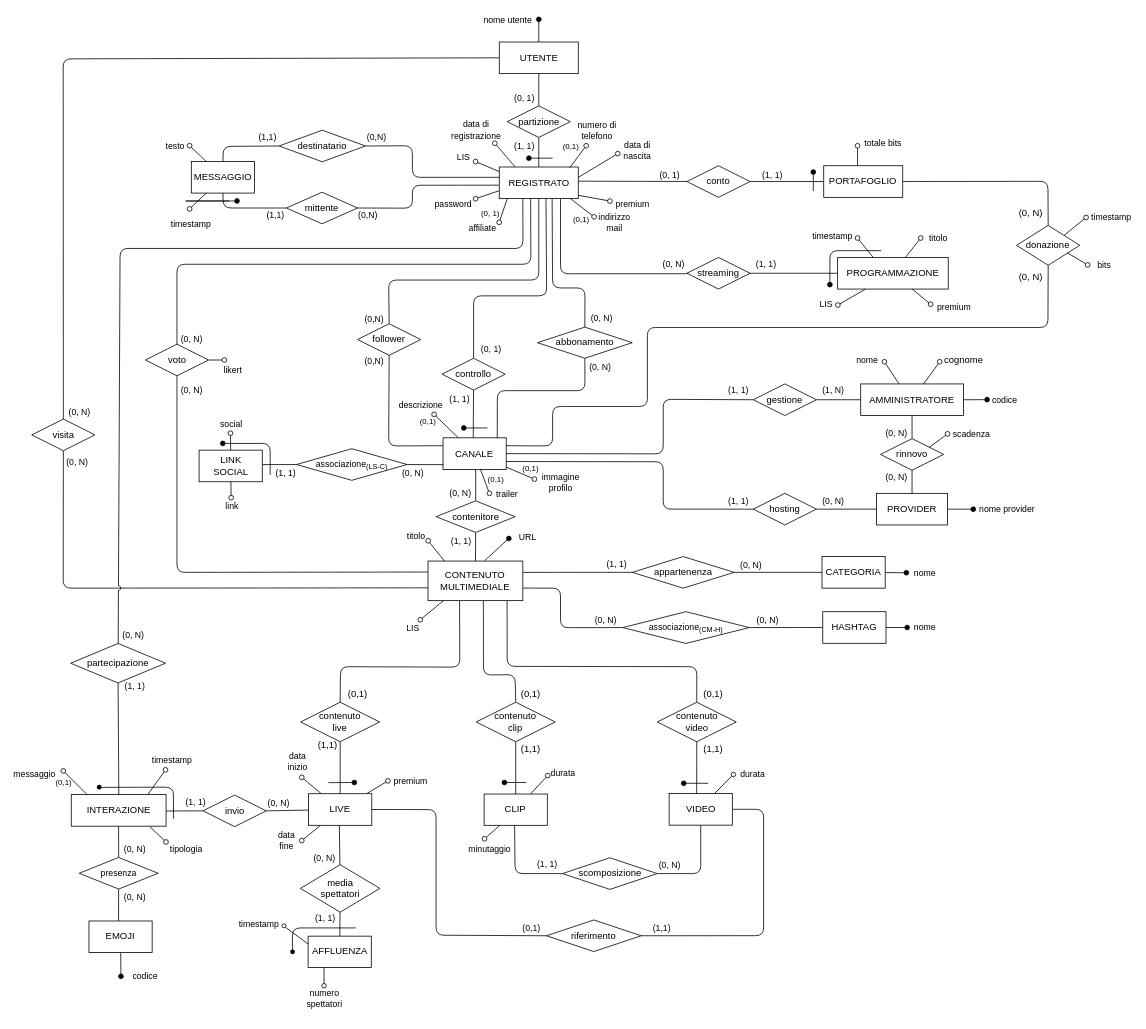
Mattron2000/Basi_di_dati keeps this draw.io diagram as Progetto Esame - DBSperimentazioni A.A. 2023-2024/Diagrammi/2.4 Schema E-R ristrutturato.drawio. Above is the earlier version. Source tidied: cells renumbered, new cells numbered last; positions are measured from the earlier drawing's top-left corner, leaving out a move shared by most shapes. Both pictures are drawn from the tidied source at 79%, with x=0, y=0 at pixel (32, 19).
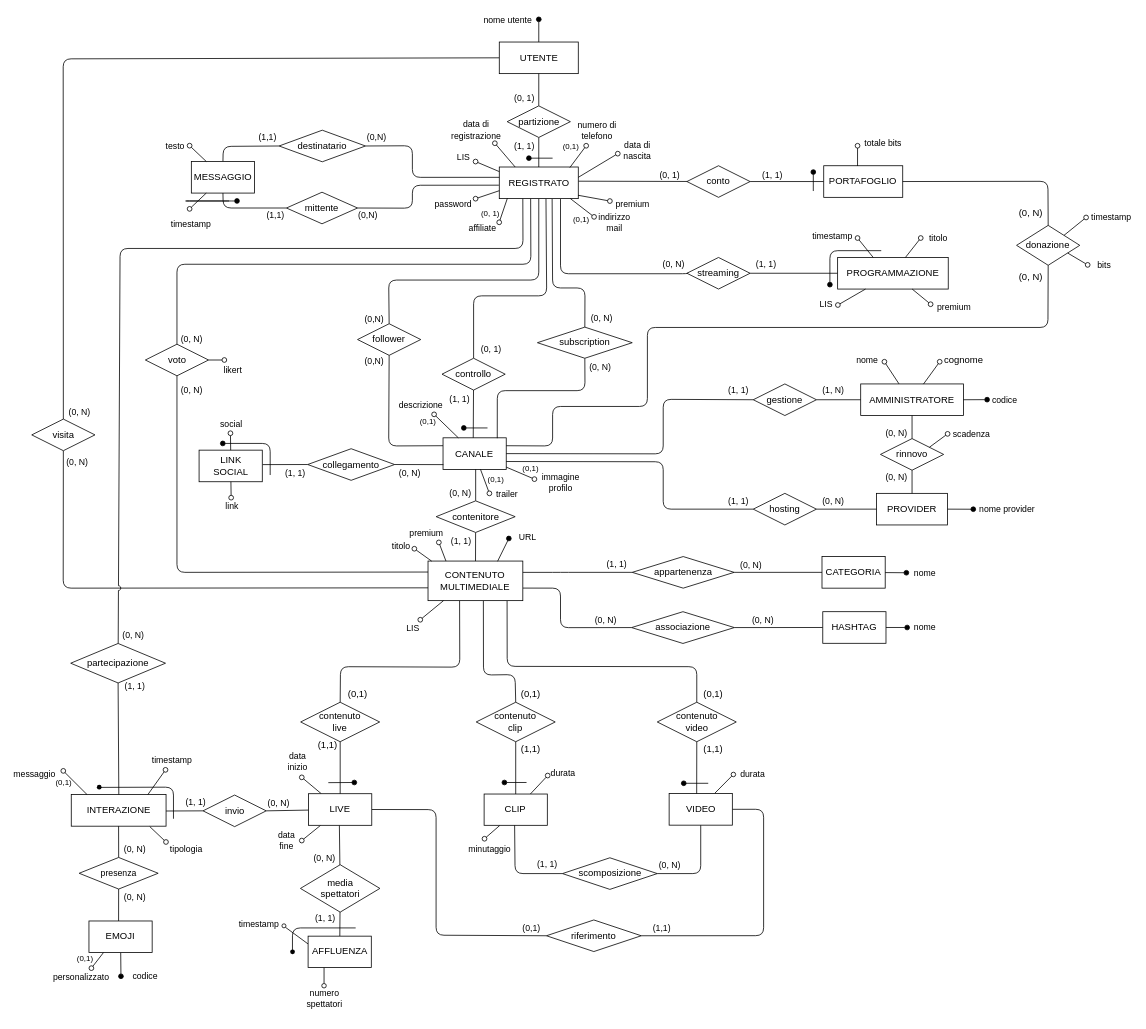
Above is the later version.

The change refers to these unchanged cells:
```xml
<mxCell id="46" style="edgeStyle=none;shape=connector;rounded=1;fillStyle=auto;html=1;labelBackgroundColor=default;strokeColor=default;strokeWidth=1;fontFamily=Helvetica;fontSize=11;fontColor=default;endArrow=none;endFill=0;startSize=6;endSize=6;fillColor=#000000;exitX=0;exitY=0.5;exitDx=0;exitDy=0;" parent="1" edge="1" source="49">
  <mxGeometry relative="1" as="geometry">
    <mxPoint x="291.8" y="563.6" as="targetPoint" />
  </mxGeometry>
</mxCell>
<mxCell id="144" value="LIVE" style="whiteSpace=wrap;html=1;" parent="1" vertex="1">
  <mxGeometry x="350.1" y="980.2" width="80" height="40" as="geometry" />
</mxCell>
<mxCell id="212" value="CONTENUTO&lt;br&gt;MULTIMEDIALE" style="rounded=0;whiteSpace=wrap;html=1;" parent="1" vertex="1">
  <mxGeometry x="501.3" y="685.7" width="120" height="50.1" as="geometry" />
</mxCell>
<mxCell id="219" value="&lt;font style=&quot;font-size: 11px;&quot;&gt;URL&lt;/font&gt;" style="text;html=1;align=center;verticalAlign=middle;points=[];strokeColor=none;fillColor=none;" parent="1" vertex="1">
  <mxGeometry x="602.4" y="640" width="50" height="30" as="geometry" />
</mxCell>
```

Change to the diagram source:
```diff
@@
-    <mxCell id="23" value="abbonamento" style="rhombus;whiteSpace=wrap;html=1;" parent="1" vertex="1">
+    <mxCell id="23" value="subscription" style="rhombus;whiteSpace=wrap;html=1;" parent="1" vertex="1">
       <mxGeometry x="639.8" y="389.6" width="120" height="39.4" as="geometry" />
     </mxCell>
@@
     <mxCell id="45" value="(0, N)" style="edgeLabel;html=1;align=center;verticalAlign=middle;fontSize=11;fontFamily=Helvetica;fontColor=default;" parent="1" vertex="1">
-      <mxGeometry x="481.5" y="573.7" as="geometry" />
+      <mxGeometry x="477" y="573.7" as="geometry" />
     </mxCell>
@@
     <mxCell id="47" value="(1, 1)" style="edgeLabel;html=1;align=center;verticalAlign=middle;fontSize=11;fontFamily=Helvetica;fontColor=default;" parent="46" vertex="1">
       <mxGeometry x="0.43" y="1" relative="1" as="geometry">
-        <mxPoint x="17" y="9" as="offset" />
+        <mxPoint x="24" y="9" as="offset" />
       </mxGeometry>
     </mxCell>
@@
-    <mxCell id="49" value="&lt;font style=&quot;font-size: 11px;&quot;&gt;associazione&lt;sub style=&quot;&quot;&gt;(LS-C)&lt;/sub&gt;&lt;/font&gt;" style="rhombus;whiteSpace=wrap;html=1;" parent="1" vertex="1">
-      <mxGeometry x="334.8" y="543.5" width="140" height="40" as="geometry" />
+    <mxCell id="49" value="&lt;font style=&quot;font-size: 12px;&quot;&gt;collegamento&lt;/font&gt;" style="rhombus;whiteSpace=wrap;html=1;" parent="1" vertex="1">
+      <mxGeometry x="349" y="543.5" width="110" height="40" as="geometry" />
     </mxCell>
@@
-    <mxCell id="59" style="endArrow=oval;html=1;fillStyle=auto;strokeWidth=1;startSize=6;endSize=6;fillColor=#000000;startArrow=none;startFill=0;endFill=0;exitX=0.173;exitY=0.001;exitDx=0;exitDy=0;exitPerimeter=0;" parent="1" edge="1" source="212">
-      <mxGeometry relative="1" as="geometry">
-        <mxPoint x="501.5" y="660" as="targetPoint" />
-      </mxGeometry>
-    </mxCell>
-    <mxCell id="60" value="titolo" style="edgeLabel;html=1;align=center;verticalAlign=middle;" parent="59" vertex="1">
-      <mxGeometry x="0.48" y="1" relative="1" as="geometry">
-        <mxPoint x="-21" y="-14" as="offset" />
-      </mxGeometry>
-    </mxCell>
@@
-    <mxCell id="130" style="edgeStyle=none;shape=connector;rounded=1;fillStyle=auto;html=1;labelBackgroundColor=default;strokeColor=default;strokeWidth=1;fontFamily=Helvetica;fontSize=11;fontColor=default;endArrow=none;endFill=0;startSize=6;endSize=6;fillColor=#000000;startArrow=oval;startFill=0;fontStyle=0;" parent="1" edge="1" target="144">
-      <mxGeometry relative="1" as="geometry">
-        <mxPoint x="450.5" y="964" as="sourcePoint" />
-      </mxGeometry>
-    </mxCell>
-    <mxCell id="131" value="premium" style="edgeLabel;html=1;align=center;verticalAlign=middle;fontSize=11;fontFamily=Helvetica;fontColor=default;" parent="130" vertex="1">
-      <mxGeometry x="-0.26" y="1" relative="1" as="geometry">
-        <mxPoint x="38" y="-8" as="offset" />
-      </mxGeometry>
-    </mxCell>
@@
-    <mxCell id="208" value="&lt;font style=&quot;font-size: 11px;&quot;&gt;associazione&lt;sub style=&quot;&quot;&gt;(CM-H)&lt;/sub&gt;&lt;/font&gt;" style="rhombus;whiteSpace=wrap;html=1;strokeColor=#000000;strokeWidth=1;" parent="1" vertex="1">
-      <mxGeometry x="747.8" y="749.8" width="160" height="40.2" as="geometry" />
+    <mxCell id="208" value="&lt;font style=&quot;font-size: 12px;&quot;&gt;associazione&lt;/font&gt;" style="rhombus;whiteSpace=wrap;html=1;strokeColor=#000000;strokeWidth=1;" parent="1" vertex="1">
+      <mxGeometry x="759" y="749.8" width="130" height="40.2" as="geometry" />
     </mxCell>
@@
-    <mxCell id="218" style="endArrow=oval;html=1;fillStyle=auto;strokeWidth=1;startSize=6;endSize=6;fillColor=#000000;startArrow=none;startFill=0;endFill=1;exitX=0.595;exitY=-0.005;exitDx=0;exitDy=0;entryX=0.024;entryY=0.571;entryDx=0;entryDy=0;entryPerimeter=0;exitPerimeter=0;" parent="1" edge="1" source="212" target="219">
+    <mxCell id="218" style="endArrow=oval;html=1;fillStyle=auto;strokeWidth=1;startSize=6;endSize=6;fillColor=#000000;startArrow=none;startFill=0;endFill=1;exitX=0.734;exitY=0.005;exitDx=0;exitDy=0;entryX=0.024;entryY=0.571;entryDx=0;entryDy=0;entryPerimeter=0;exitPerimeter=0;" parent="1" edge="1" source="212" target="219">
       <mxGeometry relative="1" as="geometry" />
     </mxCell>
@@
+    <mxCell id="258" style="edgeStyle=none;shape=connector;rounded=1;fillStyle=auto;html=1;labelBackgroundColor=default;strokeColor=default;strokeWidth=1;fontFamily=Helvetica;fontSize=11;fontColor=default;endArrow=none;endFill=0;startSize=6;endSize=6;fillColor=#000000;startArrow=oval;startFill=0;entryX=0.213;entryY=0.998;entryDx=0;entryDy=0;entryPerimeter=0;" parent="1" edge="1">
+      <mxGeometry relative="1" as="geometry">
+        <mxPoint x="75.2" y="1201" as="sourcePoint" />
+        <mxPoint x="90.5" y="1181.3" as="targetPoint" />
+      </mxGeometry>
+    </mxCell>
+    <mxCell id="259" value="personalizzato" style="edgeLabel;html=1;align=center;verticalAlign=middle;fontSize=11;fontFamily=Helvetica;fontColor=default;" parent="258" vertex="1">
+      <mxGeometry x="-0.26" y="1" relative="1" as="geometry">
+        <mxPoint x="-18" y="18" as="offset" />
+      </mxGeometry>
+    </mxCell>
+    <mxCell id="260" style="endArrow=oval;html=1;fillStyle=auto;strokeWidth=1;startSize=6;endSize=6;fillColor=#000000;startArrow=none;startFill=0;endFill=0;exitX=0.109;exitY=0.001;exitDx=0;exitDy=0;exitPerimeter=0;" parent="1" edge="1">
+      <mxGeometry relative="1" as="geometry">
+        <mxPoint x="505.9" y="685.8" as="sourcePoint" />
+        <mxPoint x="484" y="670.1" as="targetPoint" />
+      </mxGeometry>
+    </mxCell>
+    <mxCell id="60" value="titolo" style="edgeLabel;html=1;align=center;verticalAlign=middle;" parent="260" vertex="1">
+      <mxGeometry x="0.48" y="1" relative="1" as="geometry">
+        <mxPoint x="-23" y="-8" as="offset" />
+      </mxGeometry>
+    </mxCell>
+    <mxCell id="261" style="edgeStyle=none;shape=connector;rounded=1;fillStyle=auto;html=1;labelBackgroundColor=default;strokeColor=default;strokeWidth=1;fontFamily=Helvetica;fontSize=11;fontColor=default;endArrow=none;endFill=0;startSize=6;endSize=6;fillColor=#000000;startArrow=oval;startFill=0;" parent="1" edge="1">
+      <mxGeometry relative="1" as="geometry">
+        <mxPoint x="515" y="662.1" as="sourcePoint" />
+        <mxPoint x="524" y="685.7" as="targetPoint" />
+      </mxGeometry>
+    </mxCell>
+    <mxCell id="131" value="premium" style="edgeLabel;html=1;align=center;verticalAlign=middle;fontSize=11;fontFamily=Helvetica;fontColor=default;" parent="261" vertex="1">
+      <mxGeometry x="-0.26" y="1" relative="1" as="geometry">
+        <mxPoint x="-21" y="-21" as="offset" />
+      </mxGeometry>
+    </mxCell>
+    <mxCell id="262" value="&lt;font style=&quot;font-size: 10px;&quot;&gt;(0,1)&lt;/font&gt;" style="text;html=1;align=center;verticalAlign=middle;strokeColor=none;fillColor=none;" parent="1" vertex="1">
+      <mxGeometry x="47" y="1176" width="39" height="26" as="geometry" />
+    </mxCell>
```
